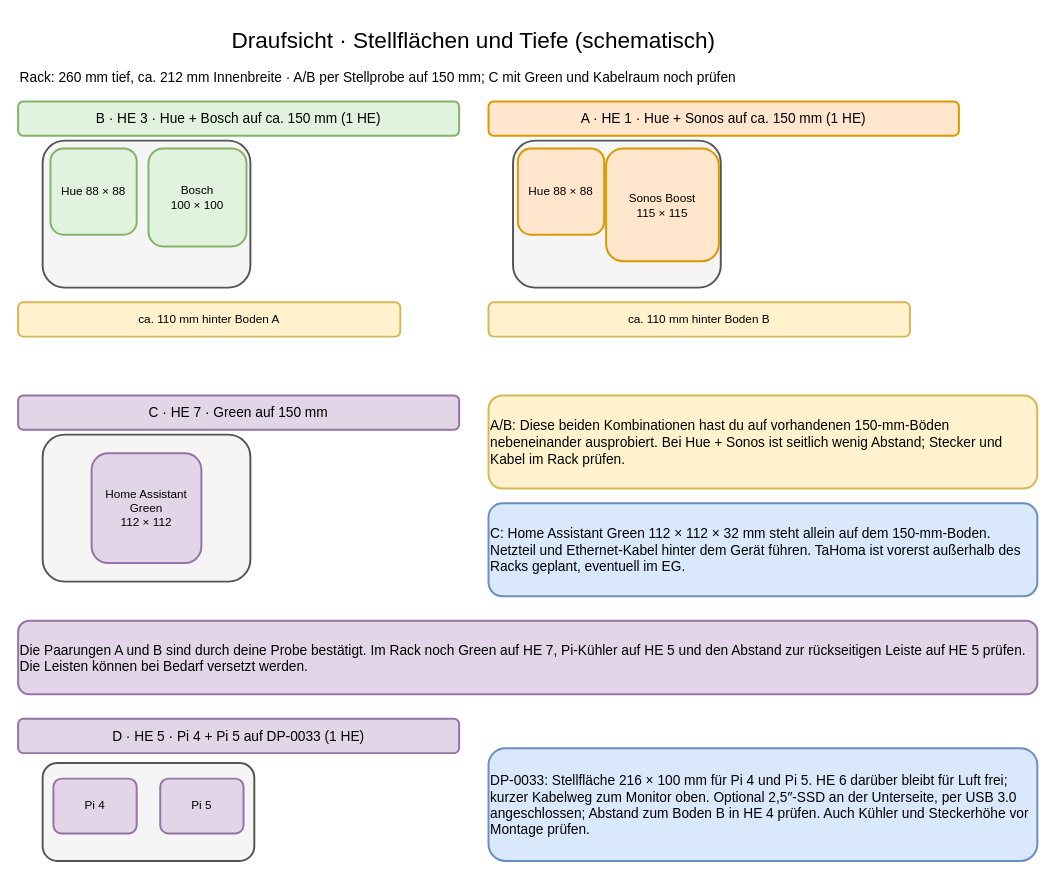
This is page "Fachböden – Draufsicht" (2 of 4) of 10-zoll-rack-planung.drawio from tiptronic/diagrams, a draw.io file, before an edit. Source tidied: cells renumbered, new cells numbered last; positions are measured from the earlier drawing's top-left corner, leaving out a move shared by most shapes. Both pictures are drawn from the tidied source at 98%, with x=0, y=0 at pixel (18, 18).
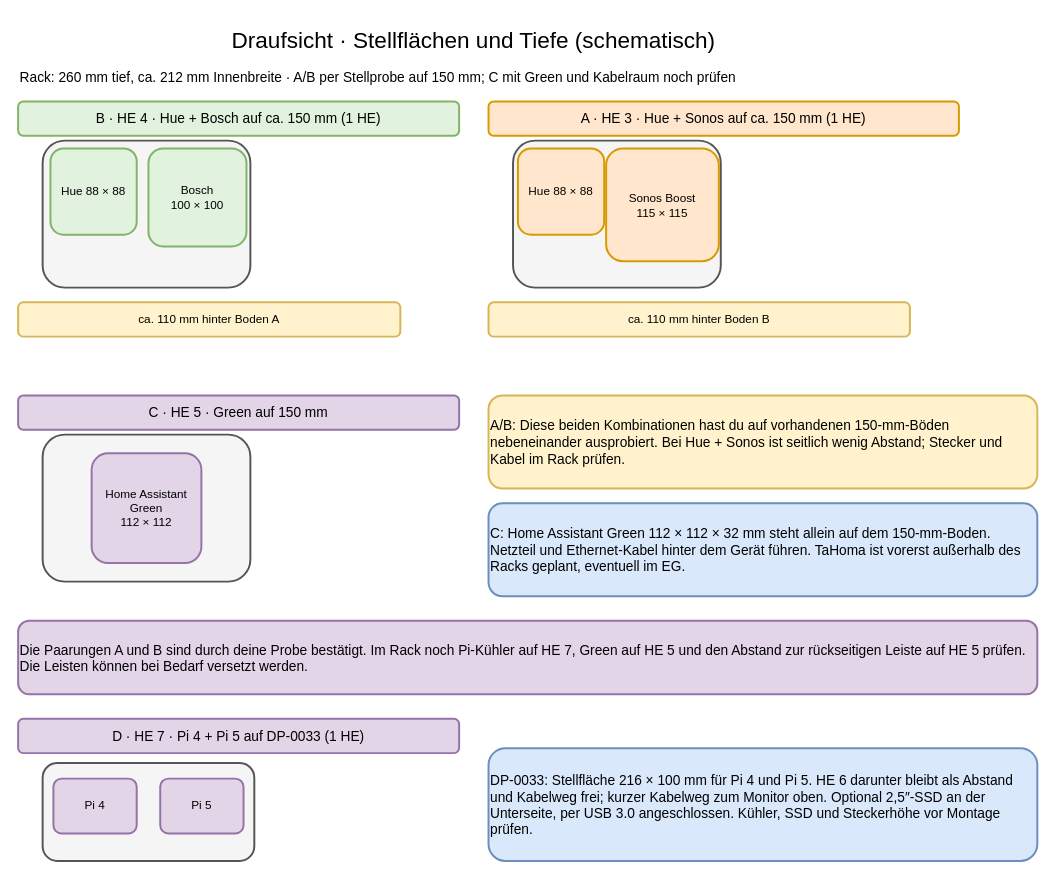
After the change.

Commit message (it also covers changes not shown here):
Plan drawer and move Raspberry Pis above Green

Change to the diagram source:
```diff
@@
-    <mxCell id="4" value="B · HE 3 · Hue + Bosch auf ca. 150 mm (1 HE)" style="rounded=1;whiteSpace=wrap;html=1;align=center;verticalAlign=middle;strokeWidth=2;fontSize=14;fillColor=#e1f2df;strokeColor=#82b366;" parent="1" vertex="1">
+    <mxCell id="4" value="B · HE 4 · Hue + Bosch auf ca. 150 mm (1 HE)" style="rounded=1;whiteSpace=wrap;html=1;align=center;verticalAlign=middle;strokeWidth=2;fontSize=14;fillColor=#e1f2df;strokeColor=#82b366;" parent="1" vertex="1">
       <mxGeometry y="85" width="450" height="35" as="geometry" />
     </mxCell>
@@
-    <mxCell id="9" value="A · HE 1 · Hue + Sonos auf ca. 150 mm (1 HE)" style="rounded=1;whiteSpace=wrap;html=1;align=center;verticalAlign=middle;strokeWidth=2;fontSize=14;fillColor=#ffe6cc;strokeColor=#d79b00;" parent="1" vertex="1">
+    <mxCell id="9" value="A · HE 3 · Hue + Sonos auf ca. 150 mm (1 HE)" style="rounded=1;whiteSpace=wrap;html=1;align=center;verticalAlign=middle;strokeWidth=2;fontSize=14;fillColor=#ffe6cc;strokeColor=#d79b00;" parent="1" vertex="1">
       <mxGeometry x="480" y="85" width="480" height="35" as="geometry" />
     </mxCell>
@@
-    <mxCell id="14" value="C · HE 7 · Green auf 150 mm" style="rounded=1;whiteSpace=wrap;html=1;align=center;verticalAlign=middle;strokeWidth=2;fontSize=14;fillColor=#e1d5e7;strokeColor=#9673a6;" parent="1" vertex="1">
+    <mxCell id="14" value="C · HE 5 · Green auf 150 mm" style="rounded=1;whiteSpace=wrap;html=1;align=center;verticalAlign=middle;strokeWidth=2;fontSize=14;fillColor=#e1d5e7;strokeColor=#9673a6;" parent="1" vertex="1">
       <mxGeometry y="385" width="450" height="35" as="geometry" />
     </mxCell>
@@
-    <mxCell id="19" value="Die Paarungen A und B sind durch deine Probe bestätigt. Im Rack noch Green auf HE 7, Pi-Kühler auf HE 5 und den Abstand zur rückseitigen Leiste auf HE 5 prüfen. Die Leisten können bei Bedarf versetzt werden." style="rounded=1;whiteSpace=wrap;html=1;align=left;verticalAlign=middle;strokeWidth=2;fontSize=14;fillColor=#e1d5e7;strokeColor=#9673a6;" parent="1" vertex="1">
+    <mxCell id="19" value="Die Paarungen A und B sind durch deine Probe bestätigt. Im Rack noch Pi-Kühler auf HE 7, Green auf HE 5 und den Abstand zur rückseitigen Leiste auf HE 5 prüfen. Die Leisten können bei Bedarf versetzt werden." style="rounded=1;whiteSpace=wrap;html=1;align=left;verticalAlign=middle;strokeWidth=2;fontSize=14;fillColor=#e1d5e7;strokeColor=#9673a6;" parent="1" vertex="1">
       <mxGeometry y="615" width="1040" height="75" as="geometry" />
     </mxCell>
-    <mxCell id="20" value="D · HE 5 · Pi 4 + Pi 5 auf DP-0033 (1 HE)" style="rounded=1;whiteSpace=wrap;html=1;align=center;verticalAlign=middle;strokeWidth=2;fontSize=14;fillColor=#e1d5e7;strokeColor=#9673a6;" parent="1" vertex="1">
+    <mxCell id="20" value="D · HE 7 · Pi 4 + Pi 5 auf DP-0033 (1 HE)" style="rounded=1;whiteSpace=wrap;html=1;align=center;verticalAlign=middle;strokeWidth=2;fontSize=14;fillColor=#e1d5e7;strokeColor=#9673a6;" parent="1" vertex="1">
       <mxGeometry y="715" width="450" height="35" as="geometry" />
     </mxCell>
@@
-    <mxCell id="24" value="DP-0033: Stellfläche 216 × 100 mm für Pi 4 und Pi 5. HE 6 darüber bleibt für Luft frei; kurzer Kabelweg zum Monitor oben. Optional 2,5″-SSD an der Unterseite, per USB 3.0 angeschlossen; Abstand zum Boden B in HE 4 prüfen. Auch Kühler und Steckerhöhe vor Montage prüfen." style="rounded=1;whiteSpace=wrap;html=1;align=left;verticalAlign=middle;strokeWidth=2;fontSize=14;fillColor=#dae8fc;strokeColor=#6c8ebf;" parent="1" vertex="1">
+    <mxCell id="24" value="DP-0033: Stellfläche 216 × 100 mm für Pi 4 und Pi 5. HE 6 darunter bleibt als Abstand und Kabelweg frei; kurzer Kabelweg zum Monitor oben. Optional 2,5″-SSD an der Unterseite, per USB 3.0 angeschlossen. Kühler, SSD und Steckerhöhe vor Montage prüfen." style="rounded=1;whiteSpace=wrap;html=1;align=left;verticalAlign=middle;strokeWidth=2;fontSize=14;fillColor=#dae8fc;strokeColor=#6c8ebf;" parent="1" vertex="1">
       <mxGeometry x="480" y="745" width="560" height="115" as="geometry" />
     </mxCell>
```
